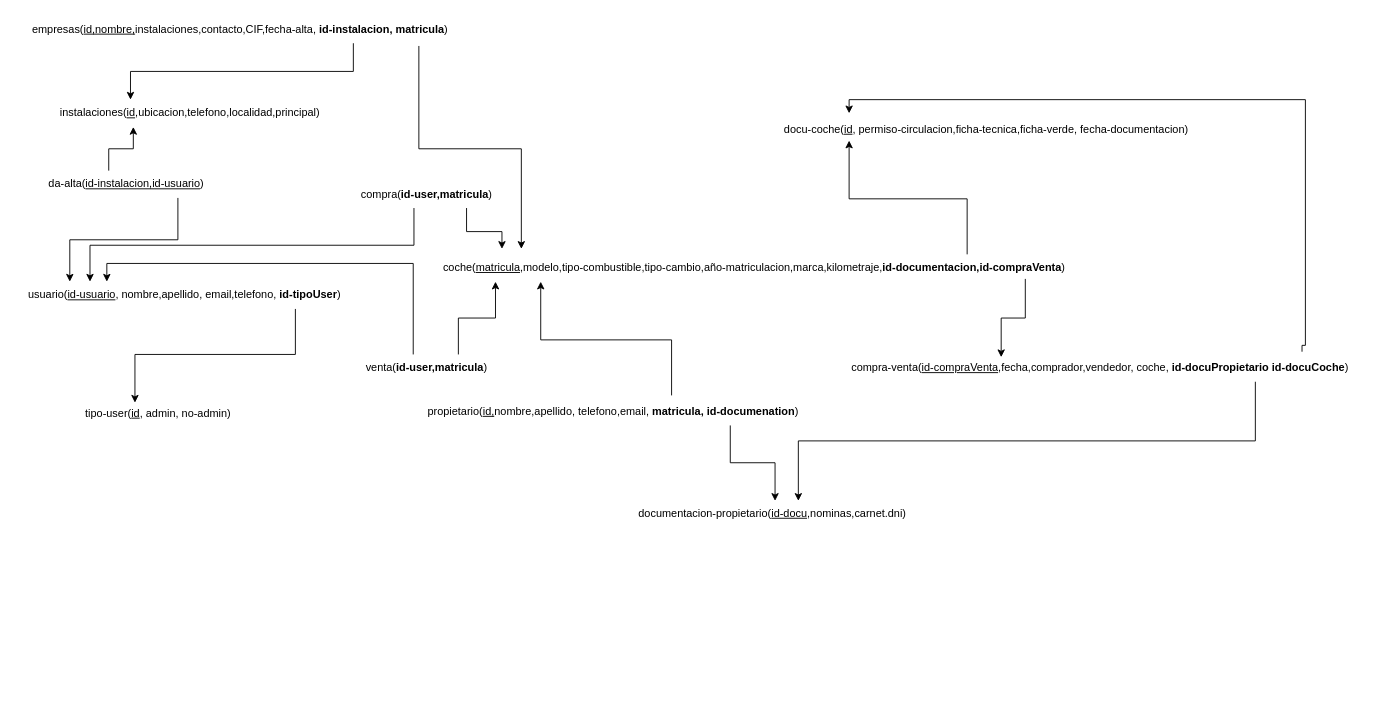
Earlier version of the draw.io diagram DOCS/ModelosBBDD/modeloRelacional.drawio (nachete905/Gestor-documental). Source tidied: cells renumbered, new cells numbered last; positions are measured from the earlier drawing's top-left corner, leaving out a move shared by most shapes. Both pictures are drawn from the tidied source at 91%, with x=0, y=0 at pixel (15, 15).
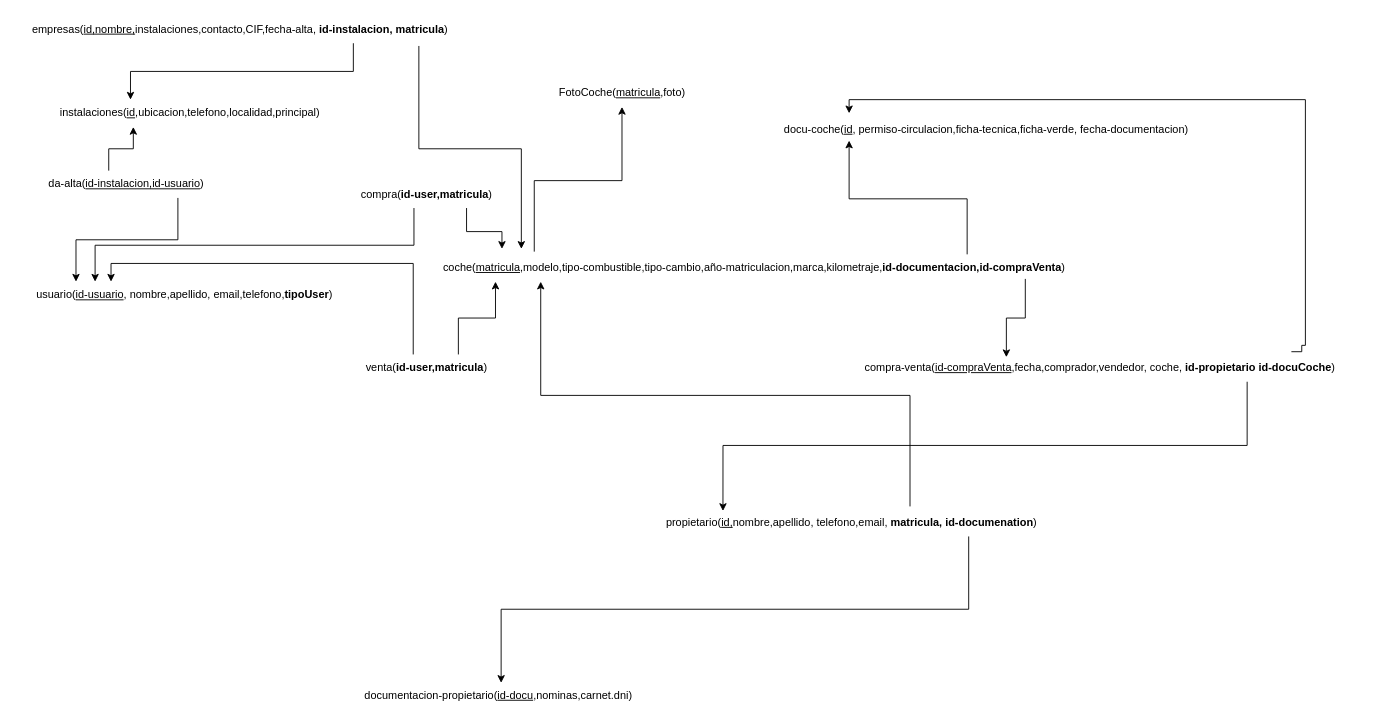
The same diagram, later.

What changed in the source:
```diff
@@
-    <mxCell id="6" value="usuario(&lt;u&gt;id-usuario&lt;/u&gt;, nombre,apellido, email,telefono, &lt;b&gt;id-tipoUser&lt;/b&gt;)" style="text;html=1;align=center;verticalAlign=middle;points=[[0.16,0,0,0,0],[0.17,1,0,0,0],[0.22,0,0,0,0],[0.27,0,0,0,0],[0.33,1,0,0,0],[0.5,1,0,0,0],[0.67,1,0,0,0],[0.8,0,0,0,0],[0.83,1,0,0,0]];strokeColor=none;fillColor=none;" parent="1" vertex="1">
-      <mxGeometry y="292" width="370" height="30" as="geometry" />
+    <mxCell id="6" value="usuario(&lt;u&gt;id-usuario&lt;/u&gt;, nombre,apellido, email,telefono,&lt;b&gt;tipoUser&lt;/b&gt;)" style="text;html=1;align=center;verticalAlign=middle;points=[[0.16,0,0,0,0],[0.17,1,0,0,0],[0.22,0,0,0,0],[0.27,0,0,0,0],[0.33,1,0,0,0],[0.5,1,0,0,0],[0.67,1,0,0,0],[0.8,0,0,0,0],[0.83,1,0,0,0]];strokeColor=none;fillColor=none;" parent="1" vertex="1">
+      <mxGeometry x="10" y="292" width="350" height="30" as="geometry" />
     </mxCell>
@@
-    <mxCell id="9" value="tipo-user(&lt;u&gt;id&lt;/u&gt;, admin, no-admin)" style="text;html=1;align=center;verticalAlign=middle;points=[[0.36,0.1,0,0,0]];strokeColor=none;fillColor=none;" parent="1" vertex="1">
-      <mxGeometry x="66" y="422" width="180" height="30" as="geometry" />
-    </mxCell>
-    <mxCell id="10" style="edgeStyle=orthogonalEdgeStyle;rounded=0;jettySize=auto;html=1;exitX=0.83;exitY=1;exitDx=0;exitDy=0;exitPerimeter=0;entryX=0.36;entryY=0.1;entryDx=0;entryDy=0;entryPerimeter=0;" parent="1" edge="1" source="6" target="9">
-      <mxGeometry relative="1" as="geometry" />
-    </mxCell>
+    <mxCell id="29" style="edgeStyle=orthogonalEdgeStyle;rounded=0;jettySize=auto;html=1;exitX=0.16;exitY=0;exitDx=0;exitDy=-3;exitPerimeter=0;" parent="1" edge="1" source="11" target="30">
+      <mxGeometry relative="1" as="geometry" />
+    </mxCell>
-    <mxCell id="11" value="coche(&lt;u&gt;matricula&lt;/u&gt;,modelo,tipo-combustible,tipo-cambio,año-matriculacion,marca,kilometraje,&lt;b&gt;id-documentacion,id-compraVenta&lt;/b&gt;)" style="text;html=1;align=center;verticalAlign=middle;points=[[0.1,1,0,0,0],[0.11,0,0,0,-6],[0.14,0,0,0,-6],[0.17,1,0,0,0],[0.33,1,0,0,0],[0.5,0,0,0,0],[0.5,1,0,0,0],[0.67,0,0,0,0],[0.67,1,0,0,0],[0.83,0,0,0,0],[0.83,1,0,0,0],[0.92,0.9,0,0,0]];strokeColor=none;fillColor=none;" parent="1" vertex="1">
+    <mxCell id="11" value="coche(&lt;u&gt;matricula&lt;/u&gt;,modelo,tipo-combustible,tipo-cambio,año-matriculacion,marca,kilometraje,&lt;b&gt;id-documentacion,id-compraVenta&lt;/b&gt;)" style="text;html=1;align=center;verticalAlign=middle;points=[[0.1,1,0,0,0],[0.11,0,0,0,-6],[0.14,0,0,0,-6],[0.16,0,0,0,-3],[0.17,1,0,0,0],[0.33,1,0,0,0],[0.37,0,0,0,-6],[0.5,0,0,0,0],[0.5,1,0,0,0],[0.67,0,0,0,0],[0.67,1,0,0,0],[0.83,0,0,0,0],[0.83,1,0,0,0],[0.92,0.9,0,0,0]];strokeColor=none;fillColor=none;" parent="1" vertex="1">
       <mxGeometry x="456" y="262" width="710" height="30" as="geometry" />
     </mxCell>
@@
     <mxCell id="20" value="propietario(&lt;u&gt;id,&lt;/u&gt;nombre,apellido, telefono,email, &lt;b&gt;matricula, id-documenation&lt;/b&gt;)" style="text;html=1;align=center;verticalAlign=middle;points=[[0.2,1,0,0,0],[0.29,0,0,0,0],[0.4,0,0,0,0],[0.4,1,0,0,0],[0.6,1,0,0,0],[0.65,0,0,0,-3],[0.8,0,0,0,0],[0.8,1,0,0,0]];strokeColor=none;fillColor=none;" parent="1" vertex="1">
-      <mxGeometry x="441" y="420" width="430" height="30" as="geometry" />
+      <mxGeometry x="703" y="542" width="430" height="30" as="geometry" />
     </mxCell>
@@
     <mxCell id="22" value="documentacion-propietario(&lt;u&gt;id-docu&lt;/u&gt;,nominas,carnet.dni)" style="text;html=1;align=center;verticalAlign=middle;points=[[0.51,0.03,0,0,0],[0.59,0.03,0,0,0]];strokeColor=none;fillColor=none;" parent="1" vertex="1">
-      <mxGeometry x="671" y="532" width="320" height="30" as="geometry" />
+      <mxGeometry x="370" y="732" width="320" height="30" as="geometry" />
     </mxCell>
@@
-    <mxCell id="26" style="edgeStyle=orthogonalEdgeStyle;rounded=0;jettySize=auto;html=1;exitX=0.8;exitY=1;exitDx=0;exitDy=0;exitPerimeter=0;entryX=0.59;entryY=0.03;entryDx=0;entryDy=0;entryPerimeter=0;" parent="1" edge="1" source="27" target="22">
-      <mxGeometry relative="1" as="geometry" />
-    </mxCell>
-    <mxCell id="27" value="compra-venta(&lt;u&gt;id-compraVenta&lt;/u&gt;,fecha,comprador,vendedor, coche, &lt;b&gt;id-docuPropietario id-docuCoche&lt;/b&gt;)" style="text;html=1;align=center;verticalAlign=middle;points=[[0.31,0,0,0,0],[0.31,1,0,0,0],[0.4,0,0,0,0],[0.4,1,0,0,0],[0.6,0,0,0,0],[0.6,1,0,0,0],[0.8,0,0,0,0],[0.8,1,0,0,0],[0.89,0,0,0,-3]];strokeColor=none;fillColor=none;" parent="1" vertex="1">
-      <mxGeometry x="906" y="372" width="570" height="30" as="geometry" />
+    <mxCell id="27" value="compra-venta(&lt;u&gt;id-compraVenta&lt;/u&gt;,fecha,comprador,vendedor, coche, &lt;b&gt;id-propietario id-docuCoche&lt;/b&gt;)" style="text;html=1;align=center;verticalAlign=middle;points=[[0.31,0,0,0,0],[0.31,1,0,0,0],[0.4,0,0,0,0],[0.4,1,0,0,0],[0.6,0,0,0,0],[0.6,1,0,0,0],[0.8,0,0,0,0],[0.8,1,0,0,0],[0.89,0,0,0,-3]];strokeColor=none;fillColor=none;" parent="1" vertex="1">
+      <mxGeometry x="921" y="372" width="540" height="30" as="geometry" />
     </mxCell>
@@
+    <mxCell id="30" value="FotoCoche(&lt;u&gt;matricula&lt;/u&gt;,foto)" style="text;html=1;align=center;verticalAlign=middle;points=[];strokeColor=none;fillColor=none;" parent="1" vertex="1">
+      <mxGeometry x="586" y="70" width="160" height="30" as="geometry" />
+    </mxCell>
+    <mxCell id="31" style="edgeStyle=orthogonalEdgeStyle;rounded=0;jettySize=auto;html=1;exitX=0.8;exitY=1;exitDx=0;exitDy=0;exitPerimeter=0;entryX=0.172;entryY=0.067;entryDx=0;entryDy=0;entryPerimeter=0;" parent="1" edge="1" source="27" target="20">
+      <mxGeometry relative="1" as="geometry" />
+    </mxCell>
```
